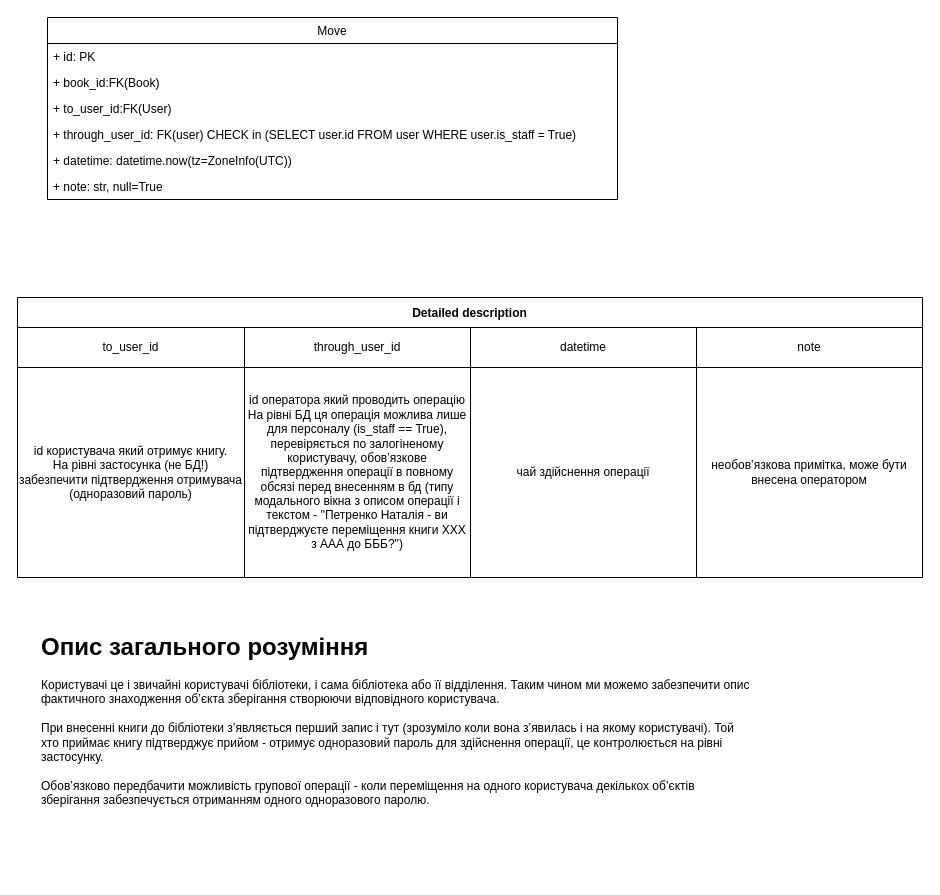
Earlier version of the draw.io diagram catalog/doc/storage_obj_movements_history.drawio (UkrainianCulturalCenter/library_backend). Source tidied: cells renumbered, new cells numbered last; positions are measured from the earlier drawing's top-left corner, leaving out a move shared by most shapes. Both pictures are drawn from the tidied source at 100%, with x=0, y=0 at pixel (17, 17).
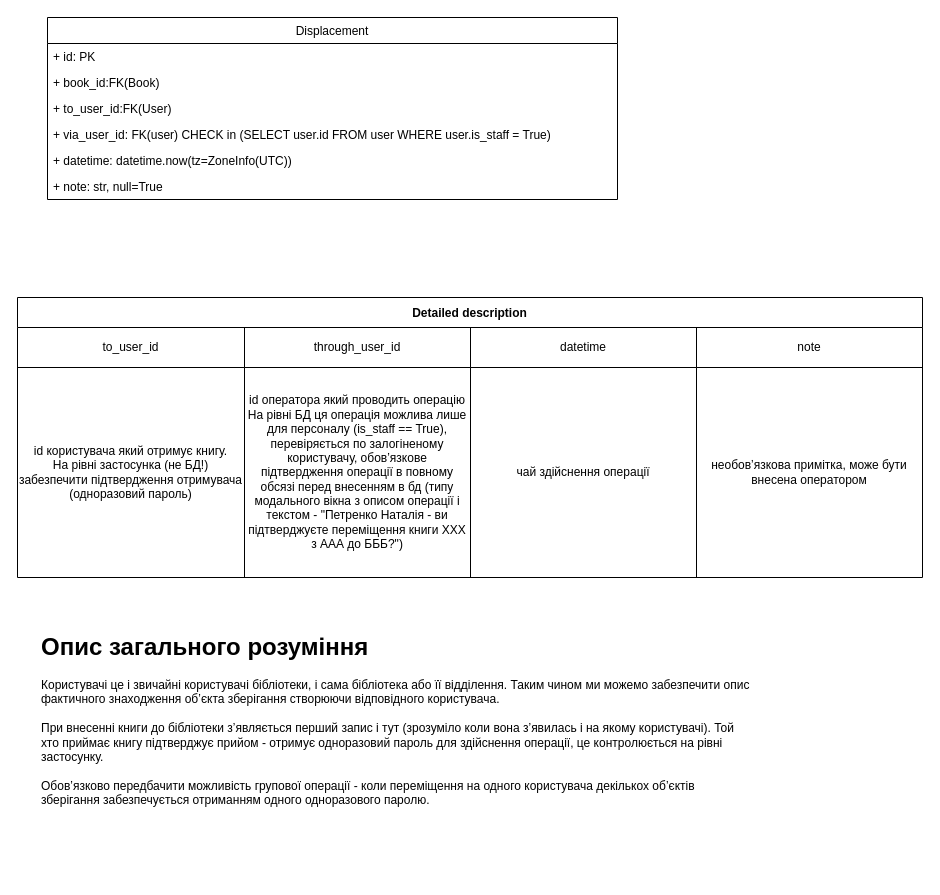
The same page after the edit.

Commit message (it also covers changes not shown here):
changed: Book model, added Displacement model

Diff of the diagram source:
```diff
@@
-    <mxCell id="2" value="Move" style="swimlane;fontStyle=0;horizontal=1;startSize=26;fillColor=none;" parent="1" vertex="1">
+    <mxCell id="2" value="Displacement" style="swimlane;fontStyle=0;horizontal=1;startSize=26;fillColor=none;" parent="1" vertex="1">
       <mxGeometry x="30" width="570" height="182" as="geometry" />
     </mxCell>
@@
-    <mxCell id="6" value="+ through_user_id: FK(user) CHECK in (SELECT user.id FROM user WHERE user.is_staff = True)" style="text;strokeColor=none;fillColor=none;align=left;verticalAlign=top;spacingLeft=4;spacingRight=4;overflow=hidden;" parent="2" vertex="1">
+    <mxCell id="6" value="+ via_user_id: FK(user) CHECK in (SELECT user.id FROM user WHERE user.is_staff = True)" style="text;strokeColor=none;fillColor=none;align=left;verticalAlign=top;spacingLeft=4;spacingRight=4;overflow=hidden;" parent="2" vertex="1">
       <mxGeometry y="104" width="570" height="26" as="geometry" />
     </mxCell>
```
